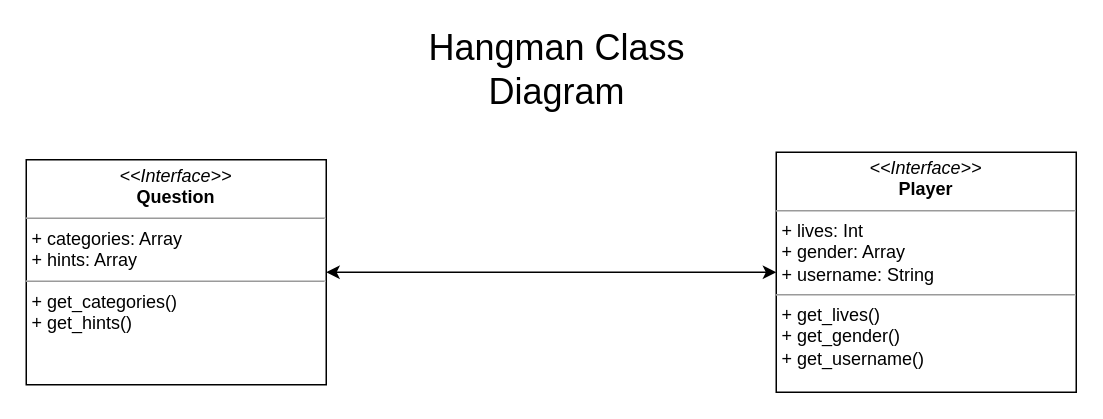
Earlier version of the draw.io diagram Class Diagram/Hangman use case diagram.drawio (KingRei123/HangmanGame). Source tidied: cells renumbered, new cells numbered last; positions are measured from the earlier drawing's top-left corner, leaving out a move shared by most shapes. Both pictures are drawn from the tidied source at 150%, with x=0, y=0 at pixel (26, 46).
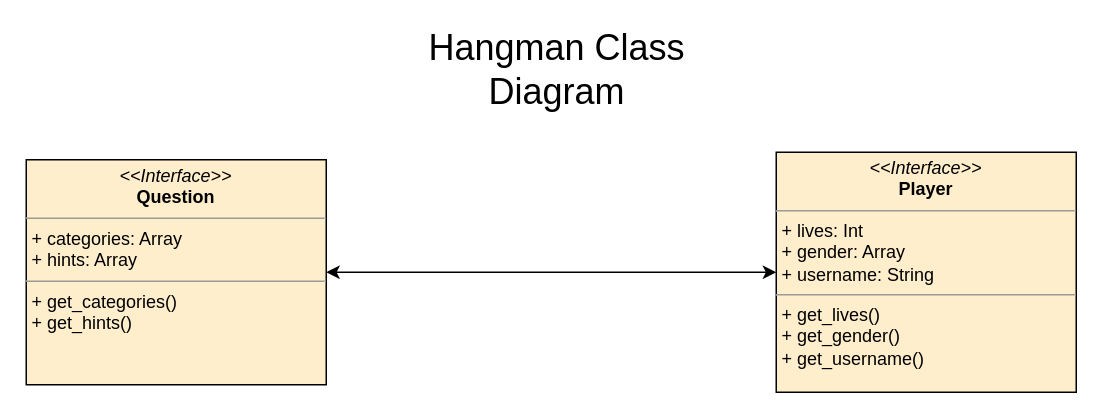
Above is the later version.

Diff of the diagram source:
```diff
@@
 <mxGraphModel>
   <root>
     <mxCell id="0" />
     <mxCell id="1" parent="0" />
-    <mxCell id="2" value="&lt;p style=&quot;margin:0px;margin-top:4px;text-align:center;&quot;&gt;&lt;i&gt;&amp;lt;&amp;lt;Interface&amp;gt;&amp;gt;&lt;/i&gt;&lt;br&gt;&lt;b&gt;Question&lt;/b&gt;&lt;/p&gt;&lt;hr size=&quot;1&quot;&gt;&lt;p style=&quot;margin:0px;margin-left:4px;&quot;&gt;+ categories: Arra&lt;span style=&quot;background-color: initial;&quot;&gt;y&lt;/span&gt;&lt;/p&gt;&lt;p style=&quot;margin:0px;margin-left:4px;&quot;&gt;+ hints: Array&lt;/p&gt;&lt;hr size=&quot;1&quot;&gt;&lt;p style=&quot;margin:0px;margin-left:4px;&quot;&gt;+ get_categories()&lt;br&gt;+ get_hints()&lt;/p&gt;" style="verticalAlign=top;align=left;overflow=fill;fontSize=12;fontFamily=Helvetica;html=1;whiteSpace=wrap;" parent="1" vertex="1">
+    <mxCell id="2" value="&lt;p style=&quot;margin:0px;margin-top:4px;text-align:center;&quot;&gt;&lt;i&gt;&amp;lt;&amp;lt;Interface&amp;gt;&amp;gt;&lt;/i&gt;&lt;br&gt;&lt;b&gt;Question&lt;/b&gt;&lt;/p&gt;&lt;hr size=&quot;1&quot;&gt;&lt;p style=&quot;margin:0px;margin-left:4px;&quot;&gt;+ categories: Arra&lt;span style=&quot;background-color: initial;&quot;&gt;y&lt;/span&gt;&lt;/p&gt;&lt;p style=&quot;margin:0px;margin-left:4px;&quot;&gt;+ hints: Array&lt;/p&gt;&lt;hr size=&quot;1&quot;&gt;&lt;p style=&quot;margin:0px;margin-left:4px;&quot;&gt;+ get_categories()&lt;br&gt;+ get_hints()&lt;/p&gt;" style="verticalAlign=top;align=left;overflow=fill;fontSize=12;fontFamily=Helvetica;html=1;whiteSpace=wrap;fillColor=#FFEECC;" parent="1" vertex="1">
       <mxGeometry y="75" width="200" height="150" as="geometry" />
     </mxCell>
-    <mxCell id="3" value="&lt;p style=&quot;margin:0px;margin-top:4px;text-align:center;&quot;&gt;&lt;i&gt;&amp;lt;&amp;lt;Interface&amp;gt;&amp;gt;&lt;/i&gt;&lt;br&gt;&lt;b&gt;Player&lt;/b&gt;&lt;/p&gt;&lt;hr size=&quot;1&quot;&gt;&lt;p style=&quot;margin:0px;margin-left:4px;&quot;&gt;+ lives: Int&lt;br&gt;+ gender: Array&lt;/p&gt;&lt;p style=&quot;margin:0px;margin-left:4px;&quot;&gt;+ username: String&lt;/p&gt;&lt;hr size=&quot;1&quot;&gt;&lt;p style=&quot;margin:0px;margin-left:4px;&quot;&gt;+ get_lives()&lt;br&gt;+ get_gender()&lt;/p&gt;&lt;p style=&quot;margin:0px;margin-left:4px;&quot;&gt;+ get_username()&lt;/p&gt;" style="verticalAlign=top;align=left;overflow=fill;fontSize=12;fontFamily=Helvetica;html=1;whiteSpace=wrap;" parent="1" vertex="1">
+    <mxCell id="3" value="&lt;p style=&quot;margin:0px;margin-top:4px;text-align:center;&quot;&gt;&lt;i&gt;&amp;lt;&amp;lt;Interface&amp;gt;&amp;gt;&lt;/i&gt;&lt;br&gt;&lt;b&gt;Player&lt;/b&gt;&lt;/p&gt;&lt;hr size=&quot;1&quot;&gt;&lt;p style=&quot;margin:0px;margin-left:4px;&quot;&gt;+ lives: Int&lt;br&gt;+ gender: Array&lt;/p&gt;&lt;p style=&quot;margin:0px;margin-left:4px;&quot;&gt;+ username: String&lt;/p&gt;&lt;hr size=&quot;1&quot;&gt;&lt;p style=&quot;margin:0px;margin-left:4px;&quot;&gt;+ get_lives()&lt;br&gt;+ get_gender()&lt;/p&gt;&lt;p style=&quot;margin:0px;margin-left:4px;&quot;&gt;+ get_username()&lt;/p&gt;" style="verticalAlign=top;align=left;overflow=fill;fontSize=12;fontFamily=Helvetica;html=1;whiteSpace=wrap;fillColor=#FFEECC;" parent="1" vertex="1">
       <mxGeometry x="500" y="70" width="200" height="160" as="geometry" />
     </mxCell>
     <mxCell id="4" style="endArrow=classic;startArrow=classic;html=1;rounded=0;entryX=0;entryY=0.5;entryDx=0;entryDy=0;exitX=1;exitY=0.5;exitDx=0;exitDy=0;" parent="1" edge="1" source="2" target="3">
       <mxGeometry relative="1" as="geometry" />
     </mxCell>
     <mxCell id="5" value="&lt;font style=&quot;font-size: 24px;&quot;&gt;Hangman Class Diagram&lt;/font&gt;" style="text;html=1;strokeColor=none;fillColor=none;align=center;verticalAlign=middle;whiteSpace=wrap;rounded=0;" parent="1" vertex="1">
       <mxGeometry x="229" width="250" height="30" as="geometry" />
     </mxCell>
   </root>
 </mxGraphModel>
```
